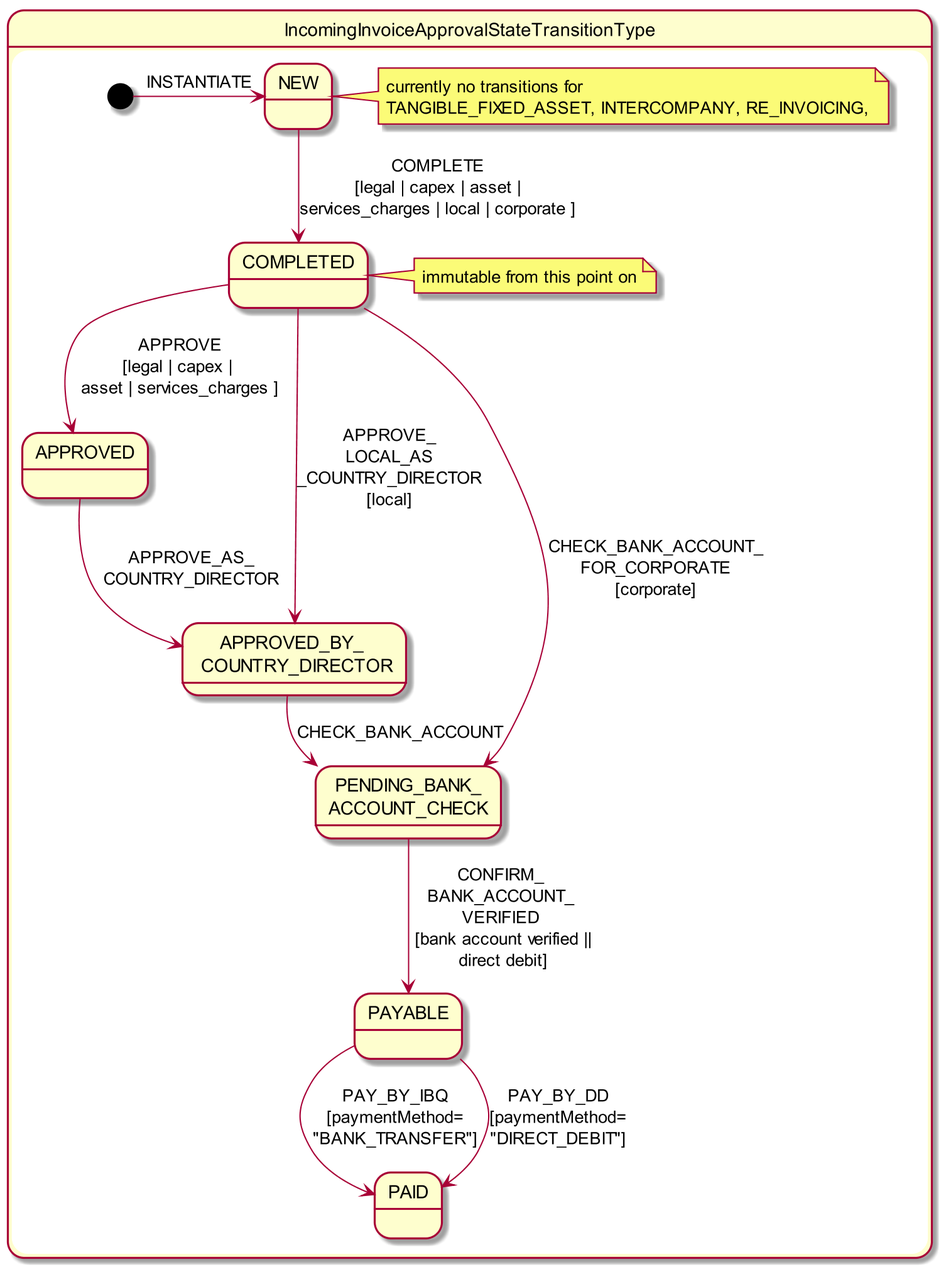
estatio/estatio keeps this PlantUML diagram as adocs/documentation/src/main/asciidoc/incoming-invoice-approval-state-chart.png. Above is the earlier version.
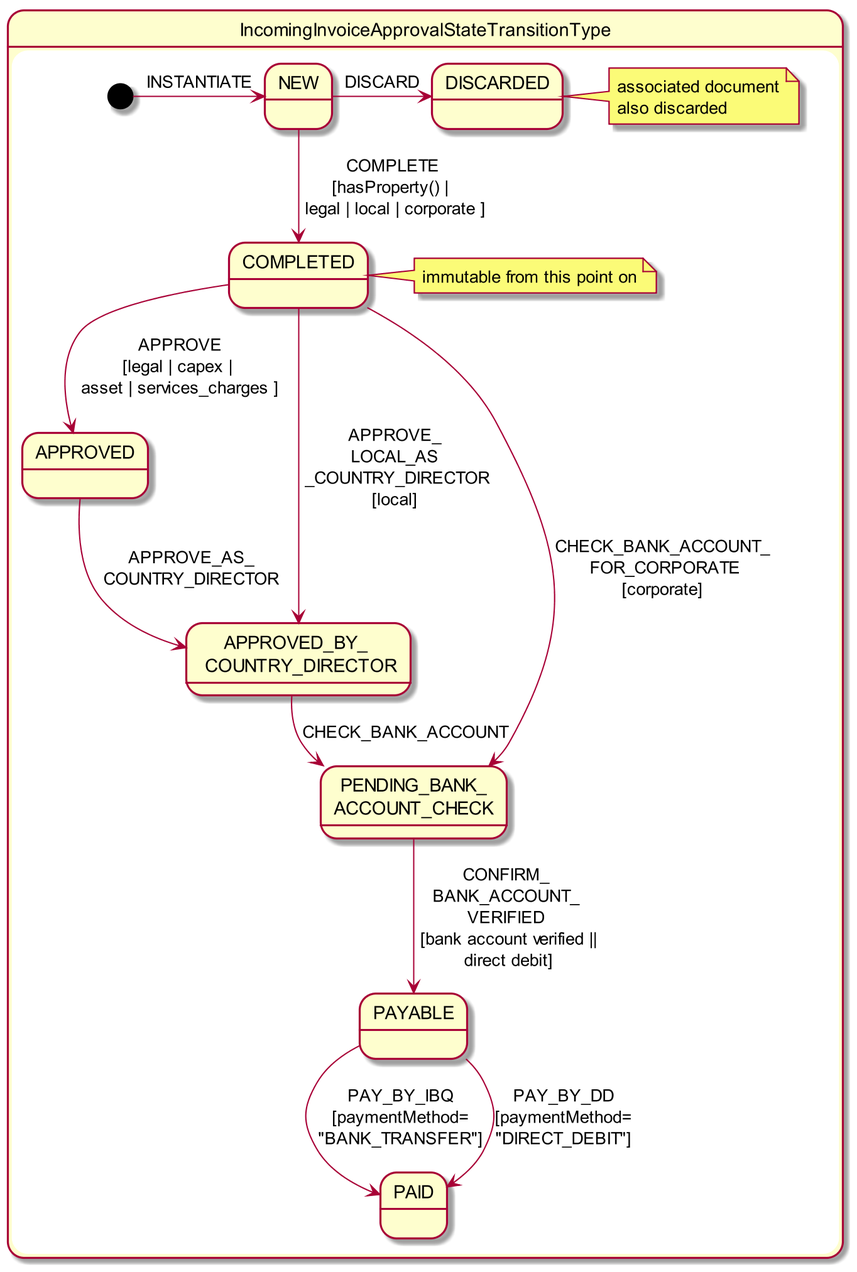
After the change.

The edit, as a diff of the source:
```diff
@@ -4,11 +4,12 @@
 state "IncomingInvoiceApprovalStateTransitionType" as iia {
 
     state "NEW" as iia_new
-    note right of iia_new: currently no transitions for\nTANGIBLE_FIXED_ASSET, INTERCOMPANY, RE_INVOICING,
-
 
     state "COMPLETED" as iia_completed
     note right of iia_completed: immutable from this point on
+
+    state "DISCARDED" as iia_discarded
+    note right of iia_discarded: associated document\nalso discarded
 
     state "APPROVED" as iia_a
     state "APPROVED_BY_ \n COUNTRY_DIRECTOR" as iia_abcd
@@ -20,12 +21,13 @@
 
     [*] -right-> iia_new: INSTANTIATE
 
-    iia_new -down-> iia_completed : COMPLETE\n[legal | capex | asset |\nservices_charges | local | corporate ]
+    iia_new -down-> iia_completed : COMPLETE\n[hasProperty() | \n legal | local | corporate ]
+    iia_new -right-> iia_discarded : DISCARD
 
     iia_completed --> iia_a : APPROVE\n[legal | capex | \nasset | services_charges ]
 
-    iia_completed --> iia_abcd : APPROVE_\nLOCAL_AS\n_COUNTRY_DIRECTOR\n[local]
-    iia_completed --> iia_pbac : CHECK_BANK_ACCOUNT_\nFOR_CORPORATE\n[corporate]
+    iia_completed --> iia_abcd : APPROVE_\nLOCAL_AS\n _COUNTRY_DIRECTOR\n[local]
+    iia_completed --> iia_pbac : CHECK_BANK_ACCOUNT_\n FOR_CORPORATE\n[corporate]
 
     iia_a -down-> iia_abcd : APPROVE_AS_\nCOUNTRY_DIRECTOR
 
```
